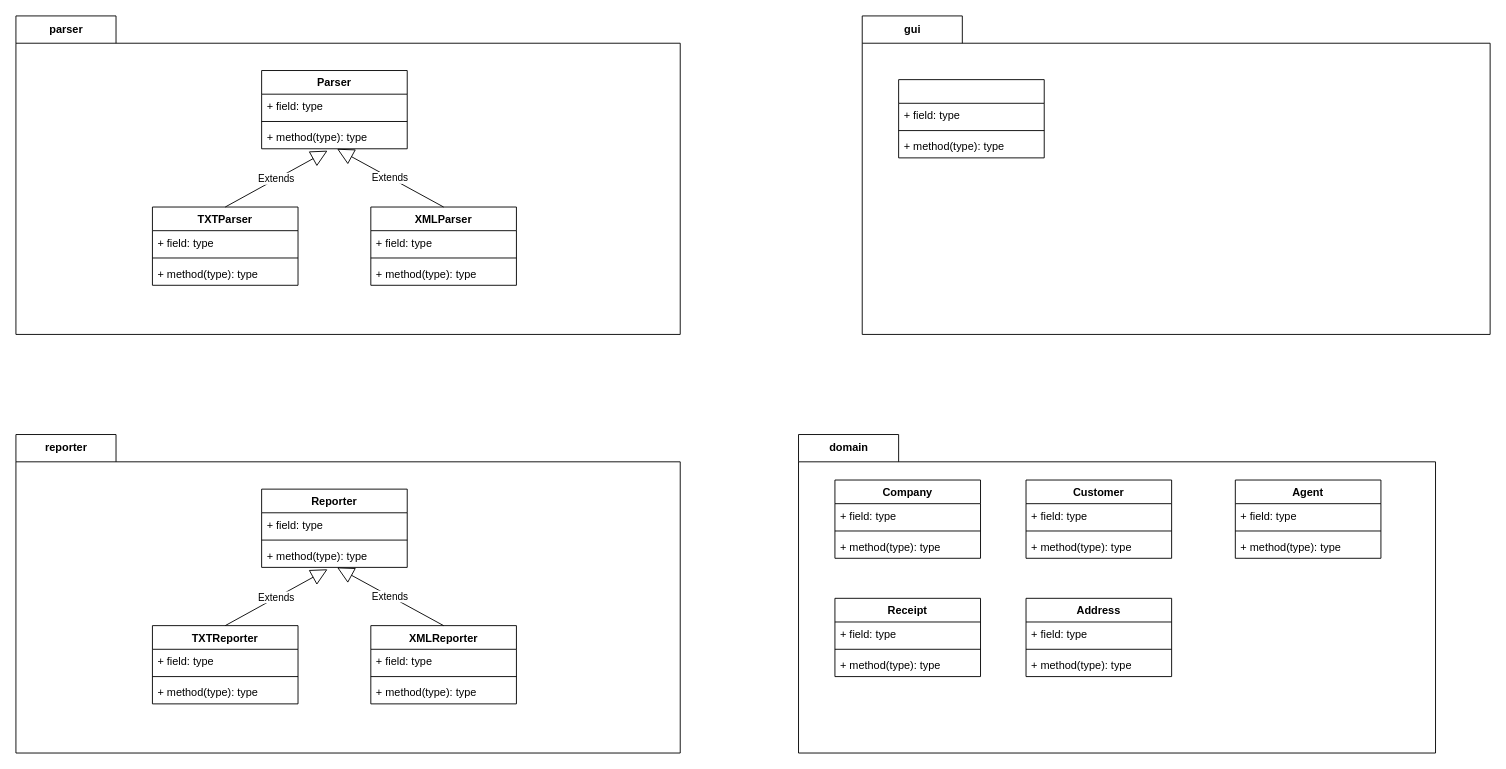
The draw.io diagram soft-devII-2024-project-material/sales-commissions-application/bin/new_class_diagram.drawio in philipAthanasopoulos/Saleio, before the edit. Source tidied: cells renumbered, new cells numbered last; positions are measured from the earlier drawing's top-left corner, leaving out a move shared by most shapes. Both pictures are drawn from the tidied source at 91%, with x=0, y=0 at pixel (15, 15).
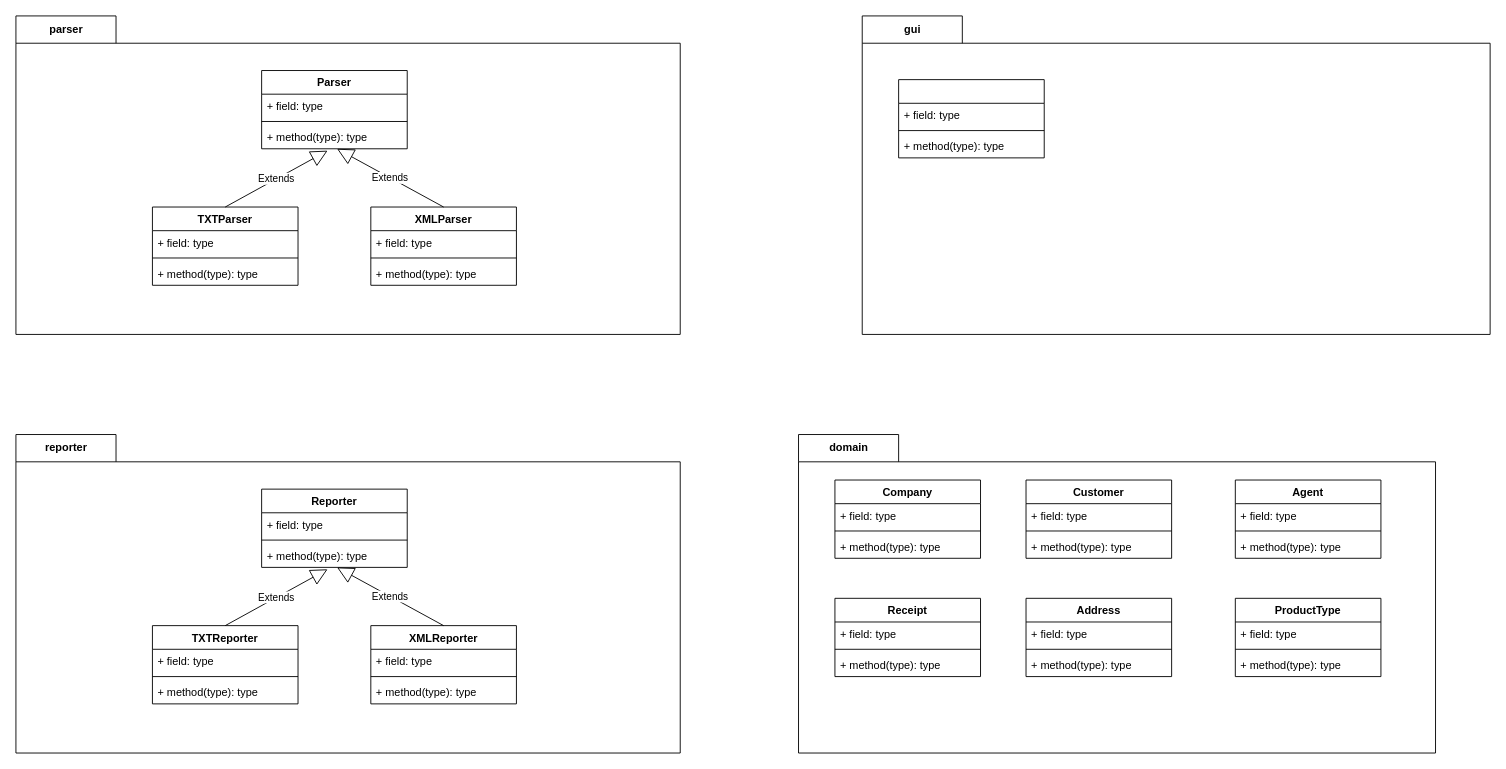
After the change.

Commit message (it also covers changes not shown here):
edited class diagram

The change refers to these unchanged cells:
```xml
<mxCell id="37" value="domain" style="shape=folder;fontStyle=1;tabWidth=110;tabHeight=30;tabPosition=left;html=1;boundedLbl=1;labelInHeader=1;" parent="1" vertex="1">
  <mxGeometry x="860" y="460" width="700" height="350" as="geometry" />
</mxCell>
```

Diff of the diagram source:
```diff
@@
+    <mxCell id="58" value="ProductType" style="swimlane;fontStyle=1;align=center;verticalAlign=top;horizontal=1;startSize=26;" parent="37" vertex="1">
+      <mxGeometry x="480" y="180" width="160" height="86" as="geometry" />
+    </mxCell>
+    <mxCell id="59" value="+ field: type" style="text;strokeColor=none;fillColor=none;align=left;verticalAlign=top;spacingLeft=4;spacingRight=4;overflow=hidden;" parent="58" vertex="1">
+      <mxGeometry y="26" width="160" height="26" as="geometry" />
+    </mxCell>
+    <mxCell id="60" style="line;strokeWidth=1;fillColor=none;align=left;verticalAlign=middle;spacingTop=-1;spacingLeft=3;spacingRight=3;labelPosition=right;strokeColor=inherit;" parent="58" vertex="1">
+      <mxGeometry y="52" width="160" height="8" as="geometry" />
+    </mxCell>
+    <mxCell id="61" value="+ method(type): type" style="text;strokeColor=none;fillColor=none;align=left;verticalAlign=top;spacingLeft=4;spacingRight=4;overflow=hidden;" parent="58" vertex="1">
+      <mxGeometry y="60" width="160" height="26" as="geometry" />
+    </mxCell>
```
